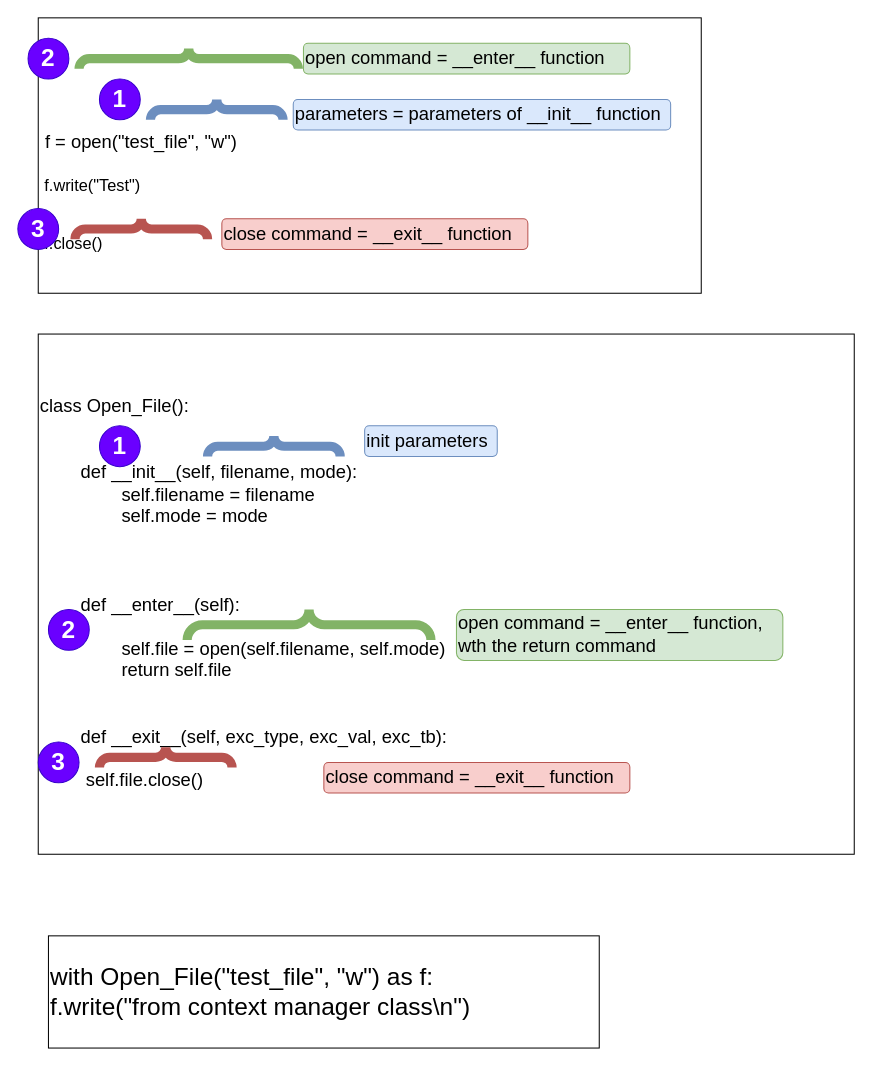
This is Untitled Diagram.drawio from surajn222/diagrams-net, a draw.io file, before an edit. Source tidied: cells renumbered, new cells numbered last; positions are measured from the earlier drawing's top-left corner, leaving out a move shared by most shapes. Both pictures are drawn from the tidied source at 102%, with x=0, y=0 at pixel (17, 17).
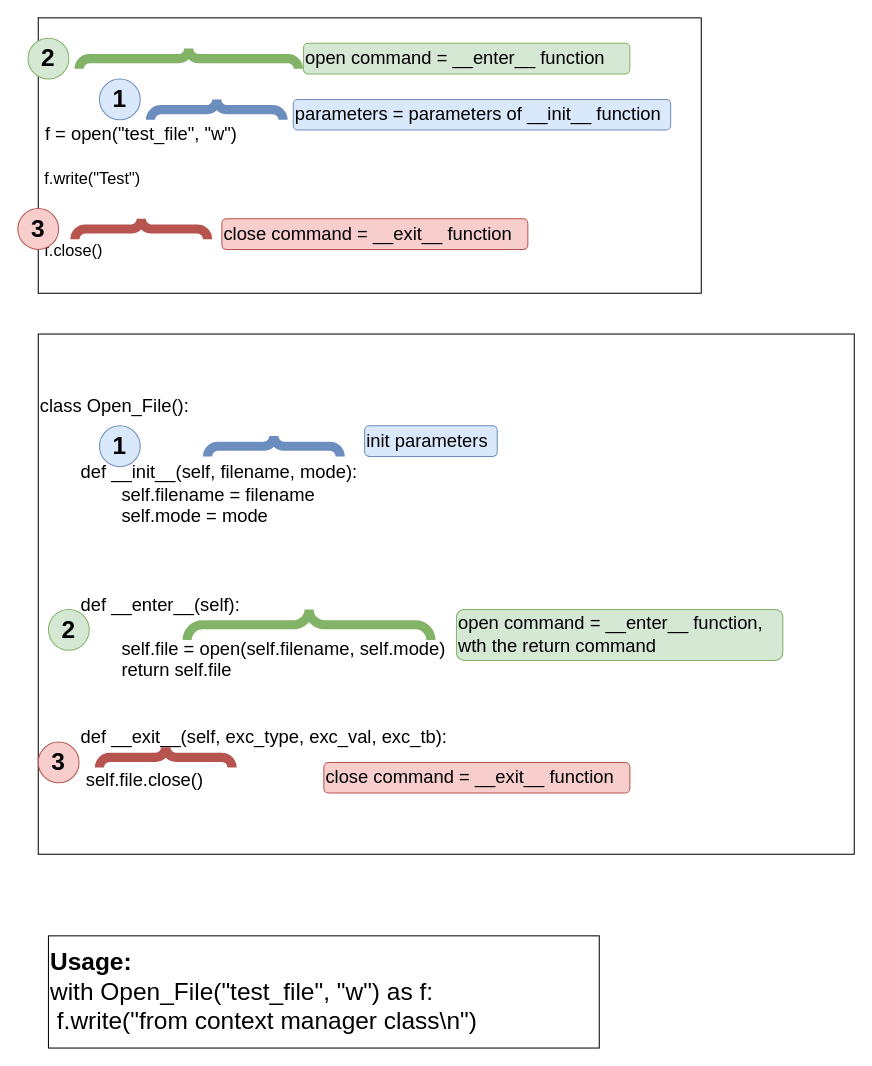
Above is the later version.

The change refers to these unchanged cells:
```xml
<mxCell id="12" style="group;" parent="1" vertex="1">
  <mxGeometry x="20" y="310" width="800" height="510" as="geometry" />
</mxCell>
```

Diff of the diagram source:
```diff
@@
-    <mxCell id="2" value="&lt;div&gt;&lt;br&gt;&lt;/div&gt;&lt;div&gt;&lt;br&gt;&lt;/div&gt;&lt;div&gt;&lt;br&gt;&lt;/div&gt;&lt;div&gt;&lt;br&gt;&lt;/div&gt;&lt;div&gt;&lt;br&gt;&lt;/div&gt;&lt;div&gt;&lt;font style=&quot;font-size: 18px;&quot;&gt;&lt;span style=&quot;white-space: pre;&quot;&gt; &lt;/span&gt;f = open(&quot;test_file&quot;, &quot;w&quot;)&amp;nbsp;&lt;/font&gt;&lt;/div&gt;&lt;div&gt;&lt;/div&gt;&lt;div&gt;&lt;font style=&quot;font-size: 18px;&quot;&gt;&lt;br&gt;&lt;/font&gt;&lt;/div&gt;&lt;div&gt;&lt;font size=&quot;3&quot;&gt;&lt;span style=&quot;white-space: pre;&quot;&gt; &lt;/span&gt;f.write(&quot;Test&quot;)&lt;/font&gt;&lt;/div&gt;&lt;div&gt;&lt;font size=&quot;3&quot;&gt;&lt;br&gt;&lt;/font&gt;&lt;/div&gt;&lt;div&gt;&lt;font size=&quot;3&quot;&gt;&lt;br&gt;&lt;/font&gt;&lt;/div&gt;&lt;div&gt;&lt;font size=&quot;3&quot;&gt;&lt;span style=&quot;white-space: pre;&quot;&gt; &lt;/span&gt;f.close()&lt;/font&gt;&lt;/div&gt;" style="rounded=0;whiteSpace=wrap;html=1;align=left;glass=0;" parent="1" vertex="1">
+    <mxCell id="2" value="&lt;div&gt;&lt;br&gt;&lt;/div&gt;&lt;div&gt;&lt;br&gt;&lt;/div&gt;&lt;div&gt;&lt;br&gt;&lt;/div&gt;&lt;div&gt;&lt;br&gt;&lt;/div&gt;&lt;div&gt;&lt;br&gt;&lt;/div&gt;&lt;div&gt;&lt;font style=&quot;font-size: 18px;&quot;&gt;&lt;span style=&quot;white-space: pre;&quot;&gt; &lt;/span&gt;f = open(&quot;test_file&quot;, &quot;w&quot;)&amp;nbsp;&lt;/font&gt;&lt;/div&gt;&lt;div&gt;&lt;/div&gt;&lt;div&gt;&lt;font style=&quot;font-size: 18px;&quot;&gt;&lt;br&gt;&lt;/font&gt;&lt;/div&gt;&lt;div&gt;&lt;font size=&quot;3&quot;&gt;&lt;span style=&quot;white-space: pre;&quot;&gt; &lt;/span&gt;f.write(&quot;Test&quot;)&lt;/font&gt;&lt;/div&gt;&lt;div&gt;&lt;font size=&quot;3&quot;&gt;&lt;br&gt;&lt;/font&gt;&lt;/div&gt;&lt;div&gt;&lt;font size=&quot;3&quot;&gt;&lt;br&gt;&lt;/font&gt;&lt;/div&gt;&lt;div&gt;&lt;br&gt;&lt;/div&gt;&lt;div&gt;&lt;font size=&quot;3&quot;&gt;&lt;span style=&quot;white-space: pre;&quot;&gt; &lt;/span&gt;f.close()&lt;/font&gt;&lt;/div&gt;" style="rounded=0;whiteSpace=wrap;html=1;align=left;glass=0;" parent="1" vertex="1">
       <mxGeometry x="20" width="650" height="270" as="geometry" />
     </mxCell>
@@
-    <mxCell id="9" value="&lt;b&gt;&lt;font style=&quot;font-size: 24px;&quot;&gt;1&lt;/font&gt;&lt;/b&gt;" style="ellipse;whiteSpace=wrap;html=1;fontSize=18;strokeWidth=1;fillColor=#6a00ff;fontColor=#ffffff;strokeColor=#3700CC;" parent="1" vertex="1">
+    <mxCell id="9" value="&lt;b&gt;&lt;font style=&quot;font-size: 24px;&quot;&gt;1&lt;/font&gt;&lt;/b&gt;" style="ellipse;whiteSpace=wrap;html=1;fontSize=18;strokeWidth=1;fillColor=#dae8fc;strokeColor=#6c8ebf;" parent="1" vertex="1">
       <mxGeometry x="80" y="60" width="40" height="40" as="geometry" />
     </mxCell>
-    <mxCell id="10" value="&lt;b&gt;&lt;font style=&quot;font-size: 24px;&quot;&gt;2&lt;/font&gt;&lt;/b&gt;" style="ellipse;whiteSpace=wrap;html=1;fontSize=18;strokeWidth=1;fillColor=#6a00ff;fontColor=#ffffff;strokeColor=#3700CC;" parent="1" vertex="1">
+    <mxCell id="10" value="&lt;b&gt;&lt;font style=&quot;font-size: 24px;&quot;&gt;2&lt;/font&gt;&lt;/b&gt;" style="ellipse;whiteSpace=wrap;html=1;fontSize=18;strokeWidth=1;fillColor=#d5e8d4;strokeColor=#82b366;" parent="1" vertex="1">
       <mxGeometry x="10" y="20" width="40" height="40" as="geometry" />
     </mxCell>
-    <mxCell id="11" value="&lt;b&gt;&lt;font style=&quot;font-size: 24px;&quot;&gt;3&lt;/font&gt;&lt;/b&gt;" style="ellipse;whiteSpace=wrap;html=1;fontSize=18;strokeWidth=1;fillColor=#6a00ff;fontColor=#ffffff;strokeColor=#3700CC;" parent="1" vertex="1">
+    <mxCell id="11" value="&lt;b&gt;&lt;font style=&quot;font-size: 24px;&quot;&gt;3&lt;/font&gt;&lt;/b&gt;" style="ellipse;whiteSpace=wrap;html=1;fontSize=18;strokeWidth=1;fillColor=#f8cecc;strokeColor=#b85450;" parent="1" vertex="1">
       <mxGeometry y="187" width="40" height="40" as="geometry" />
     </mxCell>
@@
-    <mxCell id="17" value="&lt;b&gt;&lt;font style=&quot;font-size: 24px;&quot;&gt;1&lt;/font&gt;&lt;/b&gt;" style="ellipse;whiteSpace=wrap;html=1;fontSize=18;strokeWidth=1;fillColor=#6a00ff;fontColor=#ffffff;strokeColor=#3700CC;" parent="12" vertex="1">
+    <mxCell id="17" value="&lt;b&gt;&lt;font style=&quot;font-size: 24px;&quot;&gt;1&lt;/font&gt;&lt;/b&gt;" style="ellipse;whiteSpace=wrap;html=1;fontSize=18;strokeWidth=1;fillColor=#dae8fc;strokeColor=#6c8ebf;" parent="12" vertex="1">
       <mxGeometry x="60" y="90" width="40" height="40" as="geometry" />
     </mxCell>
-    <mxCell id="18" value="&lt;b&gt;&lt;font style=&quot;font-size: 24px;&quot;&gt;2&lt;/font&gt;&lt;/b&gt;" style="ellipse;whiteSpace=wrap;html=1;fontSize=18;strokeWidth=1;fillColor=#6a00ff;fontColor=#ffffff;strokeColor=#3700CC;" parent="12" vertex="1">
+    <mxCell id="18" value="&lt;b&gt;&lt;font style=&quot;font-size: 24px;&quot;&gt;2&lt;/font&gt;&lt;/b&gt;" style="ellipse;whiteSpace=wrap;html=1;fontSize=18;strokeWidth=1;fillColor=#d5e8d4;strokeColor=#82b366;" parent="12" vertex="1">
       <mxGeometry x="10" y="270" width="40" height="40" as="geometry" />
     </mxCell>
@@
-    <mxCell id="22" value="&lt;b&gt;&lt;font style=&quot;font-size: 24px;&quot;&gt;3&lt;/font&gt;&lt;/b&gt;" style="ellipse;whiteSpace=wrap;html=1;fontSize=18;strokeWidth=1;fillColor=#6a00ff;fontColor=#ffffff;strokeColor=#3700CC;" parent="12" vertex="1">
+    <mxCell id="22" value="&lt;b&gt;&lt;font style=&quot;font-size: 24px;&quot;&gt;3&lt;/font&gt;&lt;/b&gt;" style="ellipse;whiteSpace=wrap;html=1;fontSize=18;strokeWidth=1;fillColor=#f8cecc;strokeColor=#b85450;" parent="12" vertex="1">
       <mxGeometry y="400" width="40" height="40" as="geometry" />
     </mxCell>
-    <mxCell id="23" value="&lt;div&gt;with Open_File(&quot;test_file&quot;, &quot;w&quot;) as f:&lt;/div&gt;&lt;div&gt;&lt;span style=&quot;&quot;&gt; &lt;/span&gt;f.write(&quot;from context manager class\n&quot;)&lt;/div&gt;" style="rounded=0;whiteSpace=wrap;html=1;glass=0;fontSize=24;strokeWidth=1;align=left;" parent="1" vertex="1">
+    <mxCell id="23" value="&lt;div&gt;&lt;b&gt;Usage:&lt;/b&gt;&lt;/div&gt;&lt;div&gt;with Open_File(&quot;test_file&quot;, &quot;w&quot;) as f:&lt;/div&gt;&lt;div&gt;&lt;span style=&quot;&quot;&gt; &lt;/span&gt;&lt;span style=&quot;white-space: pre;&quot;&gt; &lt;/span&gt;f.write(&quot;from context manager class\n&quot;)&lt;/div&gt;" style="rounded=0;whiteSpace=wrap;html=1;glass=0;fontSize=24;strokeWidth=1;align=left;" parent="1" vertex="1">
       <mxGeometry x="30" y="900" width="540" height="110" as="geometry" />
     </mxCell>
```
